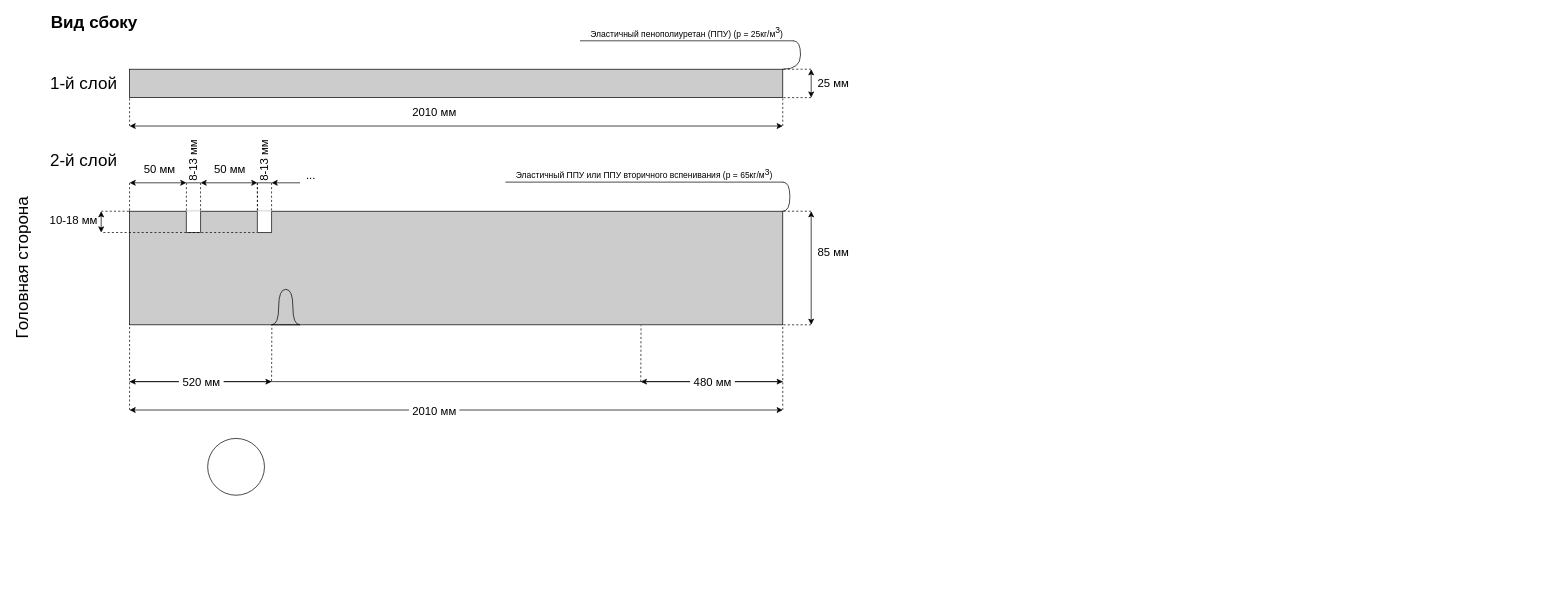
The draw.io diagram matras1.drawio in DMfananddu/Computing-Facilities-AIPCS, before the edit. Source tidied: cells renumbered, new cells numbered last; positions are measured from the earlier drawing's top-left corner, leaving out a move shared by most shapes. Both pictures are drawn from the tidied source at 71%, with x=0, y=0 at pixel (-55, 12).
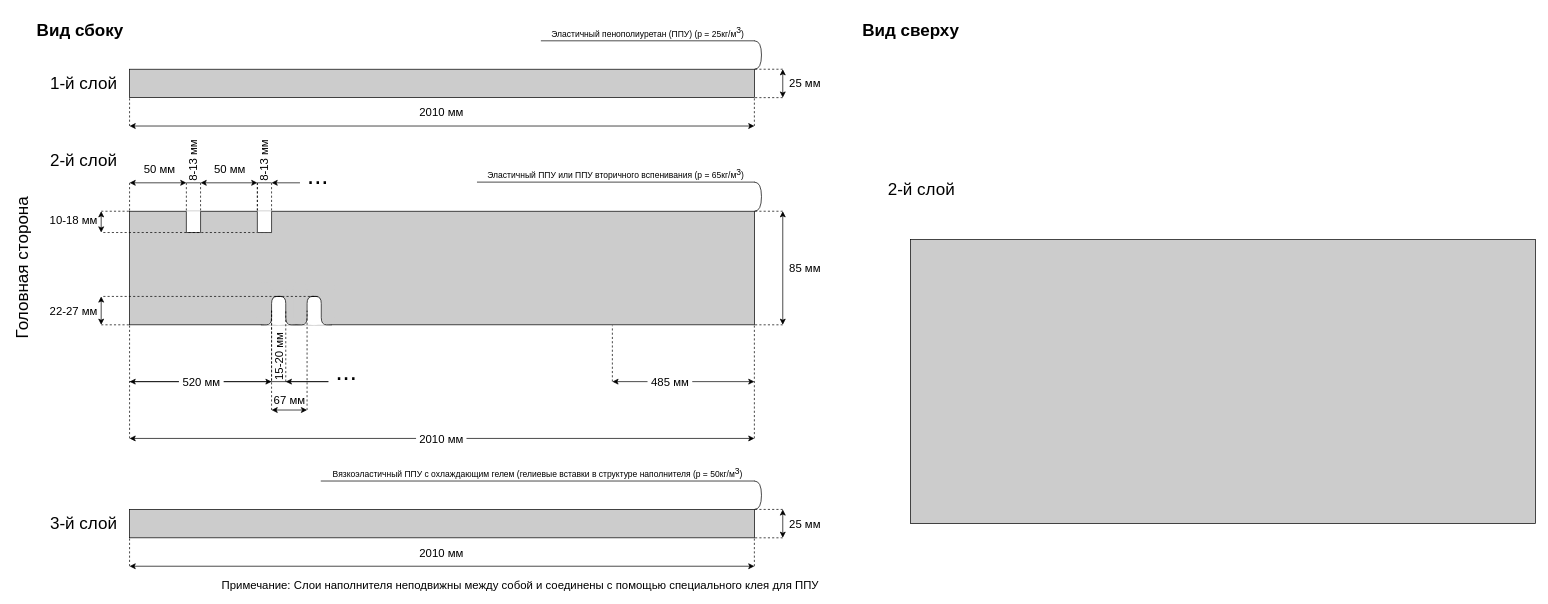
The same diagram, later.

The change refers to these unchanged cells:
```xml
<mxCell id="32" style="rounded=0;whiteSpace=wrap;html=1;fontSize=16;strokeColor=#FFFFFF;" parent="1" vertex="1">
  <mxGeometry x="340" y="280" width="20" height="30" as="geometry" />
</mxCell>
<mxCell id="47" style="rounded=0;whiteSpace=wrap;html=1;fontSize=16;strokeColor=#FFFFFF;" parent="1" vertex="1">
  <mxGeometry x="440" y="280" width="20" height="30" as="geometry" />
</mxCell>
```

Change to the diagram source:
```diff
@@
+    <mxCell id="15" style="rounded=0;whiteSpace=wrap;html=1;fontSize=24;fillColor=#CCCCCC;" parent="1" vertex="1">
+      <mxGeometry x="260" y="280" width="880" height="160" as="geometry" />
+    </mxCell>
+    <mxCell id="67" style="rounded=0;whiteSpace=wrap;html=1;fontSize=16;fillColor=#FFFFFF;strokeColor=#FFFFFF;" parent="1" vertex="1">
+      <mxGeometry x="450" y="420" width="40" height="20" as="geometry" />
+    </mxCell>
     <mxCell id="2" value="Вид сбоку" style="text;html=1;align=center;verticalAlign=middle;fontSize=24;fontStyle=1;" parent="1" vertex="1">
-      <mxGeometry x="140" width="140" height="30" as="geometry" />
+      <mxGeometry x="120" y="10" width="140" height="30" as="geometry" />
     </mxCell>
     <mxCell id="3" style="rounded=0;whiteSpace=wrap;html=1;fontSize=24;fillColor=#CCCCCC;" parent="1" vertex="1">
-      <mxGeometry x="260" y="80" width="920" height="40" as="geometry" />
+      <mxGeometry x="260" y="80" width="880" height="40" as="geometry" />
     </mxCell>
     <mxCell id="4" value="Эластичный пенополиуретан (ППУ) (р = 25кг/м&lt;sup style=&quot;font-size: 12px&quot;&gt;3&lt;/sup&gt;)" style="whiteSpace=wrap;html=1;shape=partialRectangle;top=0;left=0;bottom=1;right=0;points=[[0,1],[1,1]];fillColor=none;align=center;verticalAlign=bottom;routingCenterY=0.5;snapToPoint=1;newEdgeStyle={&quot;edgeStyle&quot;:&quot;entityRelationEdgeStyle&quot;,&quot;startArrow&quot;:&quot;none&quot;,&quot;endArrow&quot;:&quot;none&quot;,&quot;segment&quot;:10,&quot;curved&quot;:1};fontSize=12;" parent="1" vertex="1">
-      <mxGeometry x="895" y="20" width="300" height="20" as="geometry" />
+      <mxGeometry x="840" y="20" width="300" height="20" as="geometry" />
     </mxCell>
@@
     <mxCell id="6" style="endArrow=classic;startArrow=classic;html=1;fontSize=24;" parent="1" edge="1">
       <mxGeometry relative="1" as="geometry">
-        <mxPoint x="1220" y="120" as="sourcePoint" />
-        <mxPoint x="1220" y="80" as="targetPoint" />
+        <mxPoint x="1180" y="120" as="sourcePoint" />
+        <mxPoint x="1180" y="80" as="targetPoint" />
       </mxGeometry>
     </mxCell>
@@
     <mxCell id="8" style="endArrow=none;html=1;fontSize=24;entryX=1;entryY=0;entryDx=0;entryDy=0;dashed=1;" parent="1" edge="1" target="3">
       <mxGeometry relative="1" as="geometry">
-        <mxPoint x="1220" y="80" as="sourcePoint" />
+        <mxPoint x="1180" y="80" as="sourcePoint" />
       </mxGeometry>
     </mxCell>
     <mxCell id="9" style="endArrow=none;html=1;fontSize=24;entryX=1;entryY=1;entryDx=0;entryDy=0;dashed=1;" parent="1" edge="1" target="3">
       <mxGeometry relative="1" as="geometry">
-        <mxPoint x="1220" y="120" as="sourcePoint" />
+        <mxPoint x="1180" y="120" as="sourcePoint" />
       </mxGeometry>
     </mxCell>
@@
     <mxCell id="12" style="endArrow=none;dashed=1;html=1;fontSize=12;entryX=1;entryY=1;entryDx=0;entryDy=0;" parent="1" edge="1" target="3">
       <mxGeometry relative="1" as="geometry">
-        <mxPoint x="1180" y="160" as="sourcePoint" />
+        <mxPoint x="1140" y="160" as="sourcePoint" />
       </mxGeometry>
     </mxCell>
     <mxCell id="13" style="endArrow=classic;startArrow=classic;html=1;fontSize=12;" parent="1" edge="1">
       <mxGeometry relative="1" as="geometry">
         <mxPoint x="260" y="160" as="sourcePoint" />
-        <mxPoint x="1180" y="160" as="targetPoint" />
+        <mxPoint x="1140" y="160" as="targetPoint" />
       </mxGeometry>
     </mxCell>
     <mxCell id="14" value="2010 мм" style="edgeLabel;html=1;align=center;verticalAlign=middle;fontSize=16;" parent="13" vertex="1">
       <mxGeometry x="-0.09" y="5" relative="1" as="geometry">
-        <mxPoint x="9.3" y="-15" as="offset" />
+        <mxPoint x="38.3" y="-15" as="offset" />
       </mxGeometry>
     </mxCell>
-    <mxCell id="15" style="rounded=0;whiteSpace=wrap;html=1;fontSize=24;fillColor=#CCCCCC;" parent="1" vertex="1">
-      <mxGeometry x="260" y="280" width="920" height="160" as="geometry" />
-    </mxCell>
     <mxCell id="16" value="Эластичный ППУ или ППУ вторичного вспенивания (р = 65кг/м&lt;sup style=&quot;font-size: 12px&quot;&gt;3&lt;/sup&gt;)" style="whiteSpace=wrap;html=1;shape=partialRectangle;top=0;left=0;bottom=1;right=0;points=[[0,1],[1,1]];fillColor=none;align=center;verticalAlign=bottom;routingCenterY=0.5;snapToPoint=1;newEdgeStyle={&quot;edgeStyle&quot;:&quot;entityRelationEdgeStyle&quot;,&quot;startArrow&quot;:&quot;none&quot;,&quot;endArrow&quot;:&quot;none&quot;,&quot;segment&quot;:10,&quot;curved&quot;:1};fontSize=12;" parent="1" vertex="1">
-      <mxGeometry x="790" y="219" width="390" height="20" as="geometry" />
+      <mxGeometry x="750" y="219" width="390" height="20" as="geometry" />
     </mxCell>
@@
     <mxCell id="18" style="endArrow=classic;startArrow=classic;html=1;fontSize=24;" parent="1" edge="1">
       <mxGeometry relative="1" as="geometry">
-        <mxPoint x="1220" y="440" as="sourcePoint" />
-        <mxPoint x="1220" y="280" as="targetPoint" />
+        <mxPoint x="1180" y="440" as="sourcePoint" />
+        <mxPoint x="1180" y="280" as="targetPoint" />
       </mxGeometry>
     </mxCell>
     <mxCell id="19" value="85 мм" style="edgeLabel;html=1;align=center;verticalAlign=middle;fontSize=16;" parent="18" vertex="1">
       <mxGeometry x="0.4" y="2" relative="1" as="geometry">
-        <mxPoint x="32" y="8" as="offset" />
+        <mxPoint x="32" y="31.7" as="offset" />
       </mxGeometry>
     </mxCell>
     <mxCell id="20" style="endArrow=none;html=1;fontSize=24;entryX=1;entryY=0;entryDx=0;entryDy=0;dashed=1;" parent="1" edge="1" target="15">
       <mxGeometry relative="1" as="geometry">
-        <mxPoint x="1220" y="280" as="sourcePoint" />
+        <mxPoint x="1180" y="280" as="sourcePoint" />
       </mxGeometry>
     </mxCell>
     <mxCell id="21" style="endArrow=none;html=1;fontSize=24;entryX=1;entryY=1;entryDx=0;entryDy=0;dashed=1;" parent="1" edge="1" target="15">
       <mxGeometry relative="1" as="geometry">
-        <mxPoint x="1220" y="440" as="sourcePoint" />
+        <mxPoint x="1180" y="440" as="sourcePoint" />
       </mxGeometry>
     </mxCell>
@@
     <mxCell id="23" style="endArrow=none;dashed=1;html=1;fontSize=12;entryX=0;entryY=1;entryDx=0;entryDy=0;" parent="1" edge="1" target="15">
       <mxGeometry relative="1" as="geometry">
-        <mxPoint x="260" y="560" as="sourcePoint" />
+        <mxPoint x="260" y="600" as="sourcePoint" />
       </mxGeometry>
     </mxCell>
     <mxCell id="24" style="endArrow=none;dashed=1;html=1;fontSize=12;entryX=1;entryY=1;entryDx=0;entryDy=0;" parent="1" edge="1" target="15">
       <mxGeometry relative="1" as="geometry">
-        <mxPoint x="1180" y="560" as="sourcePoint" />
+        <mxPoint x="1140" y="600" as="sourcePoint" />
       </mxGeometry>
     </mxCell>
     <mxCell id="25" style="endArrow=classic;startArrow=classic;html=1;fontSize=12;" parent="1" edge="1">
       <mxGeometry relative="1" as="geometry">
-        <mxPoint x="260" y="560" as="sourcePoint" />
-        <mxPoint x="1180" y="560" as="targetPoint" />
+        <mxPoint x="260" y="600" as="sourcePoint" />
+        <mxPoint x="1140" y="600" as="targetPoint" />
       </mxGeometry>
     </mxCell>
     <mxCell id="26" value="&amp;nbsp;2010 мм&amp;nbsp;" style="edgeLabel;html=1;align=center;verticalAlign=middle;fontSize=16;" parent="25" vertex="1">
       <mxGeometry x="-0.09" y="5" relative="1" as="geometry">
-        <mxPoint x="9.3" y="5" as="offset" />
+        <mxPoint x="38.3" y="5" as="offset" />
       </mxGeometry>
     </mxCell>
@@
-    <mxCell id="30" style="endArrow=none;html=1;fontSize=24;entryX=0.087;entryY=-0.003;entryDx=0;entryDy=0;dashed=1;entryPerimeter=0;" parent="1" edge="1" target="15">
+    <mxCell id="30" style="endArrow=none;html=1;fontSize=24;entryX=0;entryY=0;entryDx=0;entryDy=0;dashed=1;" parent="1" edge="1" target="32">
       <mxGeometry relative="1" as="geometry">
         <mxPoint x="340" y="240" as="sourcePoint" />
       </mxGeometry>
     </mxCell>
@@
-    <mxCell id="44" style="endArrow=none;html=1;fontSize=24;entryX=0.196;entryY=0.005;entryDx=0;entryDy=0;dashed=1;entryPerimeter=0;" parent="1" edge="1" target="15">
+    <mxCell id="44" style="endArrow=none;html=1;fontSize=24;entryX=0;entryY=0;entryDx=0;entryDy=0;dashed=1;" parent="1" edge="1" target="47">
       <mxGeometry relative="1" as="geometry">
         <mxPoint x="440" y="240" as="sourcePoint" />
       </mxGeometry>
     </mxCell>
@@
-    <mxCell id="54" value="..." style="text;html=1;align=center;verticalAlign=middle;fontSize=16;" parent="1" vertex="1">
-      <mxGeometry x="500" y="219" width="30" height="20" as="geometry" />
+    <mxCell id="54" value="..." style="text;html=1;align=center;verticalAlign=middle;fontSize=36;" parent="1" vertex="1">
+      <mxGeometry x="500" y="204" width="50" height="50" as="geometry" />
     </mxCell>
@@
     <mxCell id="56" style="endArrow=none;html=1;fontSize=16;" parent="1" edge="1">
       <mxGeometry relative="1" as="geometry">
         <mxPoint x="260" y="520" as="sourcePoint" />
-        <mxPoint x="1180" y="520" as="targetPoint" />
+        <mxPoint x="540" y="520" as="targetPoint" />
       </mxGeometry>
     </mxCell>
@@
     <mxCell id="59" style="endArrow=classic;startArrow=classic;html=1;fontSize=16;" parent="1" edge="1">
       <mxGeometry relative="1" as="geometry">
-        <mxPoint x="980" y="520" as="sourcePoint" />
-        <mxPoint x="1180" y="520" as="targetPoint" />
+        <mxPoint x="940" y="520" as="sourcePoint" />
+        <mxPoint x="1140" y="520" as="targetPoint" />
       </mxGeometry>
     </mxCell>
-    <mxCell id="60" value="&amp;nbsp;480 мм&amp;nbsp;" style="edgeLabel;html=1;align=center;verticalAlign=middle;fontSize=16;" parent="59" vertex="1">
+    <mxCell id="60" value="&amp;nbsp;485 мм&amp;nbsp;" style="edgeLabel;html=1;align=center;verticalAlign=middle;fontSize=16;" parent="59" vertex="1">
       <mxGeometry x="-0.53" y="1" relative="1" as="geometry">
-        <mxPoint x="53.1" as="offset" />
+        <mxPoint x="33.3" as="offset" />
       </mxGeometry>
     </mxCell>
-    <mxCell id="61" style="endArrow=none;dashed=1;html=1;fontSize=12;entryX=0.783;entryY=1.005;entryDx=0;entryDy=0;entryPerimeter=0;" parent="1" edge="1" target="15">
+    <mxCell id="61" style="endArrow=none;dashed=1;html=1;fontSize=12;" parent="1" edge="1">
       <mxGeometry relative="1" as="geometry">
-        <mxPoint x="980" y="520" as="sourcePoint" />
+        <mxPoint x="940" y="520" as="sourcePoint" />
+        <mxPoint x="940" y="441" as="targetPoint" />
       </mxGeometry>
     </mxCell>
+    <mxCell id="68" style="rounded=1;whiteSpace=wrap;html=1;fontSize=16;arcSize=50;fillColor=#CCCCCC;strokeColor=#CCCCCC;" parent="1" vertex="1">
+      <mxGeometry x="440" y="380" width="20" height="60" as="geometry" />
+    </mxCell>
+    <mxCell id="69" style="rounded=1;whiteSpace=wrap;html=1;fontSize=16;arcSize=50;fillColor=#CCCCCC;strokeColor=#CCCCCC;" parent="1" vertex="1">
+      <mxGeometry x="480" y="380" width="20" height="60" as="geometry" />
+    </mxCell>
+    <mxCell id="70" style="rounded=1;whiteSpace=wrap;html=1;fillColor=#FFFFFF;fontSize=16;arcSize=50;strokeColor=#FFFFFF;" parent="1" vertex="1">
+      <mxGeometry x="460" y="400" width="20" height="40" as="geometry" />
+    </mxCell>
+    <mxCell id="71" style="endArrow=none;html=1;fillColor=#FFFFFF;fontSize=16;exitX=0.75;exitY=1;exitDx=0;exitDy=0;entryX=0.25;entryY=0;entryDx=0;entryDy=0;" parent="1" edge="1" source="69" target="70">
+      <mxGeometry relative="1" as="geometry">
+        <Array as="points">
+          <mxPoint x="480" y="440" />
+          <mxPoint x="480" y="400" />
+        </Array>
+      </mxGeometry>
+    </mxCell>
+    <mxCell id="72" style="endArrow=none;html=1;fillColor=#FFFFFF;fontSize=16;exitX=0.25;exitY=1;exitDx=0;exitDy=0;entryX=0.75;entryY=0;entryDx=0;entryDy=0;" parent="1" edge="1" source="68" target="70">
+      <mxGeometry relative="1" as="geometry">
+        <Array as="points">
+          <mxPoint x="460" y="440" />
+          <mxPoint x="460" y="400" />
+        </Array>
+      </mxGeometry>
+    </mxCell>
-    <mxCell id="62" style="endArrow=none;dashed=1;html=1;fontSize=12;entryX=0.783;entryY=1.005;entryDx=0;entryDy=0;entryPerimeter=0;" parent="1" edge="1">
+    <mxCell id="62" style="endArrow=none;dashed=1;html=1;fontSize=12;" parent="1" edge="1">
       <mxGeometry relative="1" as="geometry">
         <mxPoint x="460" y="519.2" as="sourcePoint" />
-        <mxPoint x="460.4" y="440" as="targetPoint" />
+        <mxPoint x="460" y="420" as="targetPoint" />
       </mxGeometry>
     </mxCell>
-    <mxCell id="63" style="endArrow=none;html=1;fontSize=16;edgeStyle=orthogonalEdgeStyle;curved=1;backgroundOutline=0;fillColor=#FFFFFF;" parent="1" edge="1">
-      <mxGeometry relative="1" as="geometry">
-        <mxPoint x="460" y="440" as="sourcePoint" />
-        <mxPoint x="480" y="390" as="targetPoint" />
-        <Array as="points">
-          <mxPoint x="470" y="440" />
-          <mxPoint x="470" y="390" />
-        </Array>
-      </mxGeometry>
-    </mxCell>
-    <mxCell id="64" style="endArrow=none;html=1;fontSize=16;edgeStyle=orthogonalEdgeStyle;curved=1;backgroundOutline=0;fillColor=#FFFFFF;" parent="1" edge="1">
-      <mxGeometry relative="1" as="geometry">
-        <mxPoint x="500" y="440" as="sourcePoint" />
-        <mxPoint x="480" y="390" as="targetPoint" />
-        <Array as="points">
-          <mxPoint x="490" y="440" />
-          <mxPoint x="490" y="390" />
-        </Array>
-      </mxGeometry>
-    </mxCell>
-    <mxCell id="65" style="endArrow=none;html=1;fontSize=16;fillColor=#FFFFFF;" parent="1" edge="1">
-      <mxGeometry relative="1" as="geometry">
-        <mxPoint x="460" y="440" as="sourcePoint" />
-        <mxPoint x="500" y="440" as="targetPoint" />
-      </mxGeometry>
-    </mxCell>
-    <mxCell id="66" style="ellipse;whiteSpace=wrap;html=1;fillColor=#FFFFFF;fontSize=16;" parent="1" vertex="1">
-      <mxGeometry x="370" y="600" width="80" height="80" as="geometry" />
-    </mxCell>
+    <mxCell id="73" style="rounded=0;whiteSpace=wrap;html=1;fontSize=16;fillColor=#FFFFFF;strokeColor=#FFFFFF;" parent="1" vertex="1">
+      <mxGeometry x="500" y="420" width="40" height="20" as="geometry" />
+    </mxCell>
+    <mxCell id="74" style="rounded=1;whiteSpace=wrap;html=1;fontSize=16;arcSize=50;fillColor=#CCCCCC;strokeColor=#CCCCCC;" parent="1" vertex="1">
+      <mxGeometry x="490" y="380" width="20" height="60" as="geometry" />
+    </mxCell>
+    <mxCell id="75" style="rounded=1;whiteSpace=wrap;html=1;fontSize=16;arcSize=50;fillColor=#CCCCCC;strokeColor=#CCCCCC;" parent="1" vertex="1">
+      <mxGeometry x="530" y="380" width="20" height="60" as="geometry" />
+    </mxCell>
+    <mxCell id="76" style="rounded=1;whiteSpace=wrap;html=1;fillColor=#FFFFFF;fontSize=16;arcSize=50;strokeColor=#FFFFFF;" parent="1" vertex="1">
+      <mxGeometry x="510" y="400" width="20" height="40" as="geometry" />
+    </mxCell>
+    <mxCell id="77" style="endArrow=none;html=1;fillColor=#FFFFFF;fontSize=16;exitX=0.75;exitY=1;exitDx=0;exitDy=0;entryX=0.25;entryY=0;entryDx=0;entryDy=0;" parent="1" edge="1" source="75" target="76">
+      <mxGeometry relative="1" as="geometry">
+        <Array as="points">
+          <mxPoint x="530" y="440" />
+          <mxPoint x="530" y="400" />
+        </Array>
+      </mxGeometry>
+    </mxCell>
+    <mxCell id="78" style="endArrow=none;html=1;fillColor=#FFFFFF;fontSize=16;exitX=0.25;exitY=1;exitDx=0;exitDy=0;entryX=0.75;entryY=0;entryDx=0;entryDy=0;" parent="1" edge="1" source="74" target="76">
+      <mxGeometry relative="1" as="geometry">
+        <Array as="points">
+          <mxPoint x="510" y="440" />
+          <mxPoint x="510" y="400" />
+        </Array>
+      </mxGeometry>
+    </mxCell>
+    <mxCell id="79" style="endArrow=none;dashed=1;html=1;fontSize=16;exitX=0.5;exitY=0;exitDx=0;exitDy=0;" parent="1" edge="1" source="76">
+      <mxGeometry relative="1" as="geometry">
+        <mxPoint x="220" y="400" as="targetPoint" />
+      </mxGeometry>
+    </mxCell>
+    <mxCell id="80" style="endArrow=none;dashed=1;html=1;fontSize=16;entryX=0;entryY=1;entryDx=0;entryDy=0;" parent="1" edge="1" target="15">
+      <mxGeometry relative="1" as="geometry">
+        <mxPoint x="220" y="440" as="sourcePoint" />
+      </mxGeometry>
+    </mxCell>
+    <mxCell id="81" style="endArrow=classic;startArrow=classic;html=1;fontSize=24;" parent="1" edge="1">
+      <mxGeometry relative="1" as="geometry">
+        <mxPoint x="220" y="400" as="sourcePoint" />
+        <mxPoint x="220" y="440" as="targetPoint" />
+      </mxGeometry>
+    </mxCell>
+    <mxCell id="82" value="22-27 мм" style="edgeLabel;html=1;align=center;verticalAlign=middle;fontSize=16;" parent="81" vertex="1">
+      <mxGeometry x="0.23" relative="1" as="geometry">
+        <mxPoint x="-40" y="-6" as="offset" />
+      </mxGeometry>
+    </mxCell>
+    <mxCell id="83" style="endArrow=none;dashed=1;html=1;fontSize=12;" parent="1" edge="1">
+      <mxGeometry relative="1" as="geometry">
+        <mxPoint x="480" y="520" as="sourcePoint" />
+        <mxPoint x="480" y="420" as="targetPoint" />
+      </mxGeometry>
+    </mxCell>
+    <mxCell id="84" value="15-20 мм" style="text;html=1;align=center;verticalAlign=middle;fontSize=16;rotation=-90;" parent="1" vertex="1">
+      <mxGeometry x="430" y="475" width="80" height="20" as="geometry" />
+    </mxCell>
+    <mxCell id="85" style="endArrow=none;dashed=1;html=1;fillColor=#FFFFFF;fontSize=16;" parent="1" edge="1">
+      <mxGeometry relative="1" as="geometry">
+        <mxPoint x="460" y="560" as="sourcePoint" />
+        <mxPoint x="460" y="420" as="targetPoint" />
+      </mxGeometry>
+    </mxCell>
+    <mxCell id="86" style="endArrow=none;dashed=1;html=1;fillColor=#FFFFFF;fontSize=16;" parent="1" edge="1">
+      <mxGeometry relative="1" as="geometry">
+        <mxPoint x="510" y="560" as="sourcePoint" />
+        <mxPoint x="510" y="420" as="targetPoint" />
+      </mxGeometry>
+    </mxCell>
+    <mxCell id="87" style="endArrow=classic;startArrow=classic;html=1;fontSize=16;" parent="1" edge="1">
+      <mxGeometry relative="1" as="geometry">
+        <mxPoint x="460" y="560" as="sourcePoint" />
+        <mxPoint x="510" y="560" as="targetPoint" />
+      </mxGeometry>
+    </mxCell>
+    <mxCell id="88" value="67 мм" style="edgeLabel;html=1;align=center;verticalAlign=middle;fontSize=16;" parent="87" vertex="1">
+      <mxGeometry x="-0.17" relative="1" as="geometry">
+        <mxPoint x="3.8" y="-15" as="offset" />
+      </mxGeometry>
+    </mxCell>
+    <mxCell id="89" style="endArrow=none;startArrow=classic;html=1;fillColor=#FFFFFF;fontSize=16;endFill=0;" parent="1" edge="1">
+      <mxGeometry relative="1" as="geometry">
+        <mxPoint x="480" y="520" as="sourcePoint" />
+        <mxPoint x="540" y="520" as="targetPoint" />
+      </mxGeometry>
+    </mxCell>
+    <mxCell id="90" value="..." style="text;html=1;align=center;verticalAlign=middle;fontSize=36;" parent="1" vertex="1">
+      <mxGeometry x="540" y="480" width="50" height="50" as="geometry" />
+    </mxCell>
+    <mxCell id="91" style="rounded=0;whiteSpace=wrap;html=1;fontSize=24;fillColor=#CCCCCC;" parent="1" vertex="1">
+      <mxGeometry x="260" y="700" width="880" height="40" as="geometry" />
+    </mxCell>
+    <mxCell id="92" value="Вязкоэластичный ППУ с охлаждающим гелем (гелиевые вставки в структуре наполнителя (р = 50кг/м&lt;sup style=&quot;font-size: 12px&quot;&gt;3&lt;/sup&gt;)" style="whiteSpace=wrap;html=1;shape=partialRectangle;top=0;left=0;bottom=1;right=0;points=[[0,1],[1,1]];fillColor=none;align=center;verticalAlign=bottom;routingCenterY=0.5;snapToPoint=1;newEdgeStyle={&quot;edgeStyle&quot;:&quot;entityRelationEdgeStyle&quot;,&quot;startArrow&quot;:&quot;none&quot;,&quot;endArrow&quot;:&quot;none&quot;,&quot;segment&quot;:10,&quot;curved&quot;:1};fontSize=12;" parent="1" vertex="1">
+      <mxGeometry x="530" y="640" width="610" height="20" as="geometry" />
+    </mxCell>
+    <mxCell id="93" style="edgeStyle=entityRelationEdgeStyle;startArrow=none;endArrow=none;segment=10;curved=1;fontSize=24;exitX=1;exitY=0;exitDx=0;exitDy=0;" parent="1" edge="1" source="91" target="92">
+      <mxGeometry relative="1" as="geometry" />
+    </mxCell>
+    <mxCell id="94" style="endArrow=classic;startArrow=classic;html=1;fontSize=24;" parent="1" edge="1">
+      <mxGeometry relative="1" as="geometry">
+        <mxPoint x="1180" y="740" as="sourcePoint" />
+        <mxPoint x="1180" y="700" as="targetPoint" />
+      </mxGeometry>
+    </mxCell>
+    <mxCell id="95" value="25 мм" style="edgeLabel;html=1;align=center;verticalAlign=middle;fontSize=16;" parent="94" vertex="1">
+      <mxGeometry x="0.23" relative="1" as="geometry">
+        <mxPoint x="30" y="4.8" as="offset" />
+      </mxGeometry>
+    </mxCell>
+    <mxCell id="96" style="endArrow=none;html=1;fontSize=24;entryX=1;entryY=0;entryDx=0;entryDy=0;dashed=1;" parent="1" edge="1" target="91">
+      <mxGeometry relative="1" as="geometry">
+        <mxPoint x="1180" y="700" as="sourcePoint" />
+      </mxGeometry>
+    </mxCell>
+    <mxCell id="97" style="endArrow=none;html=1;fontSize=24;entryX=1;entryY=1;entryDx=0;entryDy=0;dashed=1;" parent="1" edge="1" target="91">
+      <mxGeometry relative="1" as="geometry">
+        <mxPoint x="1180" y="740" as="sourcePoint" />
+      </mxGeometry>
+    </mxCell>
+    <mxCell id="98" value="&lt;font style=&quot;font-size: 24px&quot;&gt;3-й слой&lt;/font&gt;" style="text;html=1;align=center;verticalAlign=middle;fontSize=12;" parent="1" vertex="1">
+      <mxGeometry x="140" y="710" width="110" height="20" as="geometry" />
+    </mxCell>
+    <mxCell id="99" style="endArrow=none;dashed=1;html=1;fontSize=12;entryX=0;entryY=1;entryDx=0;entryDy=0;" parent="1" edge="1" target="91">
+      <mxGeometry relative="1" as="geometry">
+        <mxPoint x="260" y="780" as="sourcePoint" />
+      </mxGeometry>
+    </mxCell>
+    <mxCell id="100" style="endArrow=none;dashed=1;html=1;fontSize=12;entryX=1;entryY=1;entryDx=0;entryDy=0;" parent="1" edge="1" target="91">
+      <mxGeometry relative="1" as="geometry">
+        <mxPoint x="1140" y="780" as="sourcePoint" />
+      </mxGeometry>
+    </mxCell>
+    <mxCell id="101" style="endArrow=classic;startArrow=classic;html=1;fontSize=12;" parent="1" edge="1">
+      <mxGeometry relative="1" as="geometry">
+        <mxPoint x="260" y="780" as="sourcePoint" />
+        <mxPoint x="1140" y="780" as="targetPoint" />
+      </mxGeometry>
+    </mxCell>
+    <mxCell id="102" value="2010 мм" style="edgeLabel;html=1;align=center;verticalAlign=middle;fontSize=16;" parent="101" vertex="1">
+      <mxGeometry x="-0.09" y="5" relative="1" as="geometry">
+        <mxPoint x="38.3" y="-15" as="offset" />
+      </mxGeometry>
+    </mxCell>
+    <mxCell id="103" value="&lt;font style=&quot;font-size: 16px&quot;&gt;Примечание: Слои наполнителя неподвижны между собой и соединены с помощью специального клея для ППУ&lt;/font&gt;" style="text;html=1;align=center;verticalAlign=middle;fontSize=16;" parent="1" vertex="1">
+      <mxGeometry x="380" y="797" width="860" height="20" as="geometry" />
+    </mxCell>
+    <mxCell id="104" style="rounded=0;whiteSpace=wrap;html=1;fillColor=#CCCCCC;fontSize=16;" parent="1" vertex="1">
+      <mxGeometry x="1360" y="320" width="880" height="400" as="geometry" />
+    </mxCell>
+    <mxCell id="105" value="&lt;font style=&quot;font-size: 24px&quot;&gt;2-й слой&lt;/font&gt;" style="text;html=1;align=center;verticalAlign=middle;fontSize=12;" parent="1" vertex="1">
+      <mxGeometry x="1320" y="239" width="110" height="20" as="geometry" />
+    </mxCell>
+    <mxCell id="106" value="Вид сверху" style="text;html=1;align=center;verticalAlign=middle;fontSize=24;fontStyle=1;" parent="1" vertex="1">
+      <mxGeometry x="1285" y="10" width="150" height="30" as="geometry" />
+    </mxCell>
```
